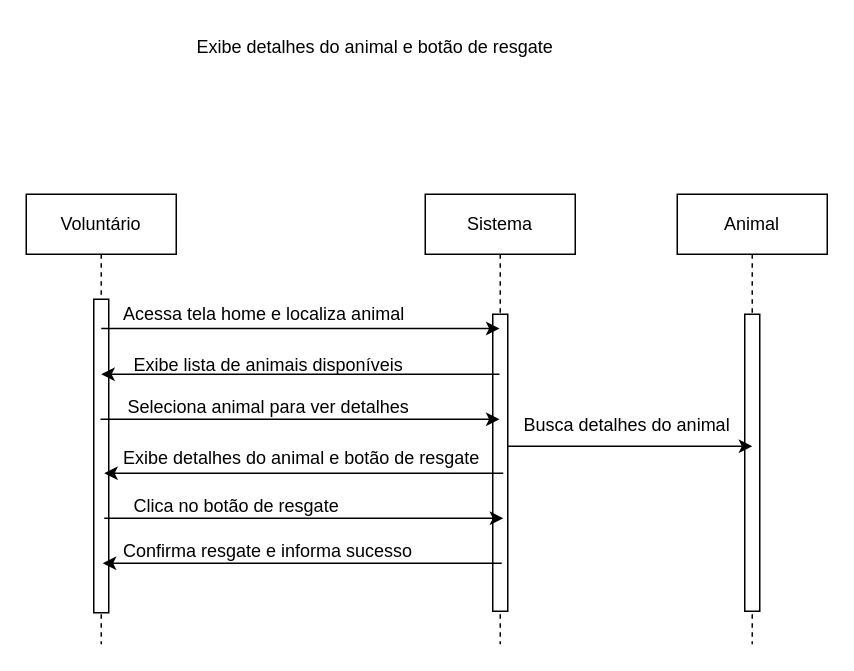
The draw.io diagram Diagrama de Sequência(RF007).drawio in JoaoGans/DRAW.tcc, before the edit. Source tidied: cells renumbered, new cells numbered last; positions are measured from the earlier drawing's top-left corner, leaving out a move shared by most shapes. Both pictures are drawn from the tidied source at 150%, with x=0, y=0 at pixel (26, 26).
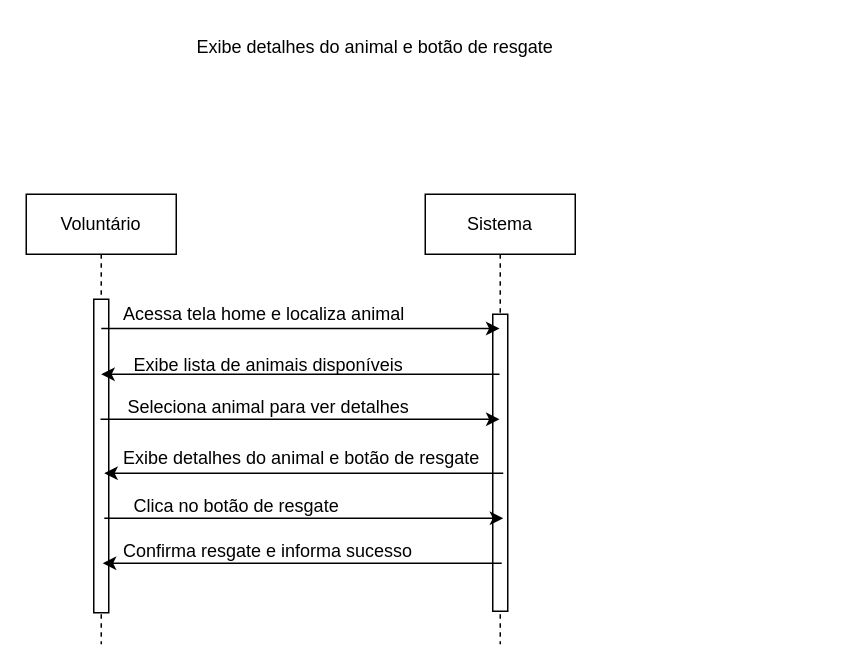
After the change.

What changed in the source:
```diff
@@
-    <mxCell id="12" value="Busca detalhes do animal" style="text;whiteSpace=wrap;html=1;" parent="1" vertex="1">
-      <mxGeometry x="330" y="252" width="165" height="36" as="geometry" />
-    </mxCell>
-    <mxCell id="13" value="Animal" style="shape=umlLifeline;perimeter=lifelinePerimeter;whiteSpace=wrap;html=1;newEdgeStyle={&quot;edgeStyle&quot;:&quot;elbowEdgeStyle&quot;,&quot;elbow&quot;:&quot;vertical&quot;,&quot;curved&quot;:0,&quot;rounded&quot;:0};" parent="1" vertex="1">
-      <mxGeometry x="434" y="112" width="100" height="300" as="geometry" />
-    </mxCell>
-    <mxCell id="14" style="html=1;perimeter=orthogonalPerimeter;targetShapes=umlLifeline;newEdgeStyle={&quot;edgeStyle&quot;:&quot;elbowEdgeStyle&quot;,&quot;elbow&quot;:&quot;vertical&quot;,&quot;curved&quot;:0,&quot;rounded&quot;:0};" parent="13" vertex="1">
-      <mxGeometry x="45" y="80" width="10" height="198" as="geometry" />
-    </mxCell>
-    <mxCell id="15" style="endArrow=classic;html=1;rounded=0;" parent="1" edge="1">
-      <mxGeometry relative="1" as="geometry">
-        <mxPoint x="321" y="280" as="sourcePoint" />
-        <mxPoint x="484" y="280" as="targetPoint" />
-      </mxGeometry>
-    </mxCell>
```
